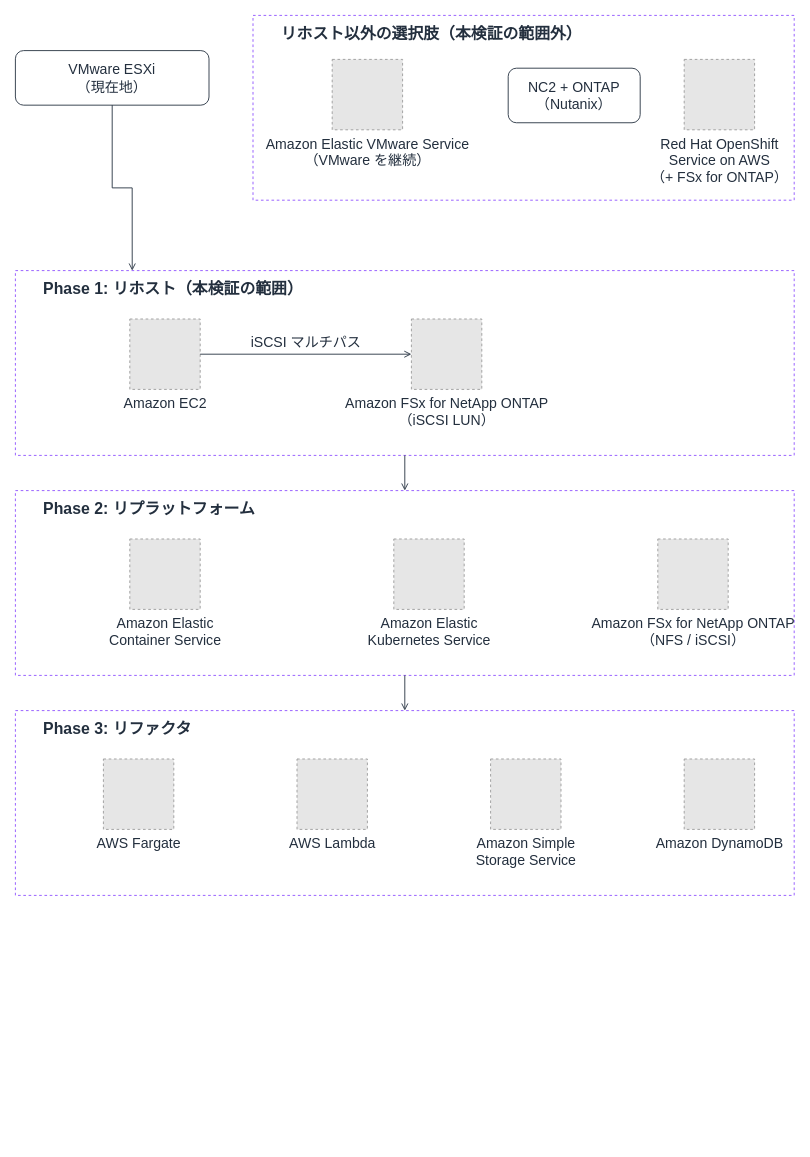
Earlier version of the draw.io diagram docs/_assets/diagrams/atx-fsxn-migration-journey.drawio (Yoshiki0705/VMware-Migration-EC2-ONTAP). Source tidied: cells renumbered, new cells numbered last; positions are measured from the earlier drawing's top-left corner, leaving out a move shared by most shapes. Both pictures are drawn from the tidied source at 88%, with x=0, y=0 at pixel (15, 15). Pictures stored in the file or linked from it are replaced by grey dashed boxes.
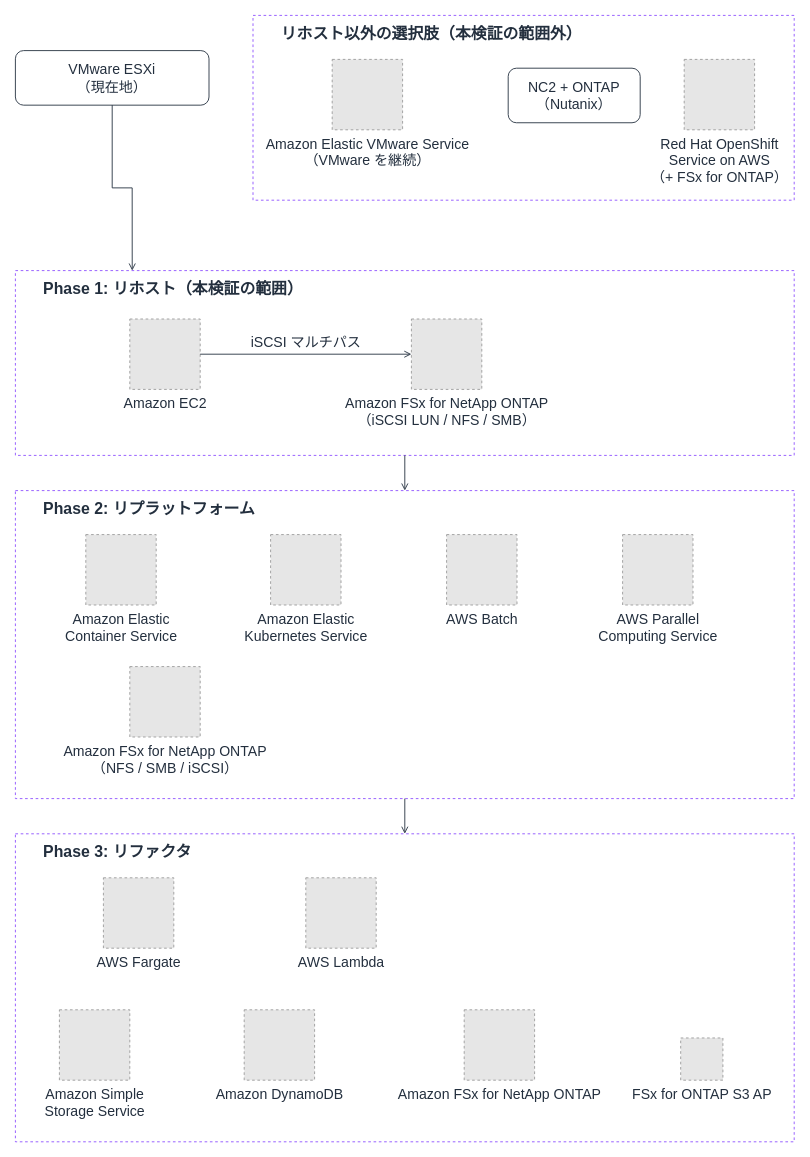
After the change.

Commit message (it also covers changes not shown here):
docs: add the protocols and services each journey phase can reach

Diff of the diagram source:
```diff
@@
     <mxCell id="4" value="Phase 2: リプラットフォーム" style="points=[[0,0],[0.25,0],[0.5,0],[0.75,0],[1,0],[1,0.25],[1,0.5],[1,0.75],[1,1],[0.75,1],[0.5,1],[0.25,1],[0,1],[0,0.75],[0,0.5],[0,0.25]];outlineConnect=0;gradientColor=none;html=1;whiteSpace=wrap;fontSize=18;fontStyle=1;fontColor=#232F3E;shape=mxgraph.aws4.group;strokeColor=#8C4FFF;fillColor=none;verticalAlign=top;align=left;spacingLeft=30;spacingTop=4;dashed=1;" parent="1" vertex="1">
-      <mxGeometry y="540" width="885" height="210" as="geometry" />
+      <mxGeometry y="540" width="885" height="350" as="geometry" />
     </mxCell>
     <mxCell id="5" value="Phase 3: リファクタ" style="points=[[0,0],[0.25,0],[0.5,0],[0.75,0],[1,0],[1,0.25],[1,0.5],[1,0.75],[1,1],[0.75,1],[0.5,1],[0.25,1],[0,1],[0,0.75],[0,0.5],[0,0.25]];outlineConnect=0;gradientColor=none;html=1;whiteSpace=wrap;fontSize=18;fontStyle=1;fontColor=#232F3E;shape=mxgraph.aws4.group;strokeColor=#8C4FFF;fillColor=none;verticalAlign=top;align=left;spacingLeft=30;spacingTop=4;dashed=1;" parent="1" vertex="1">
-      <mxGeometry y="790" width="885" height="210" as="geometry" />
+      <mxGeometry y="930" width="885" height="350" as="geometry" />
     </mxCell>
@@
-    <mxCell id="11" value="Amazon FSx for NetApp ONTAP&#10;（iSCSI LUN）" style="fillColor=#E6E6E6;strokeColor=#999999;dashed=1;html=1;verticalLabelPosition=bottom;verticalAlign=top;labelPosition=center;align=center;fontSize=16;fontColor=#232F3E;" parent="1" vertex="1">
+    <mxCell id="11" value="Amazon FSx for NetApp ONTAP&#10;（iSCSI LUN / NFS / SMB）" style="fillColor=#E6E6E6;strokeColor=#999999;dashed=1;html=1;verticalLabelPosition=bottom;verticalAlign=top;labelPosition=center;align=center;fontSize=16;fontColor=#232F3E;" parent="1" vertex="1">
       <mxGeometry x="450" y="345" width="80" height="80" as="geometry" />
     </mxCell>
     <mxCell id="12" value="Amazon Elastic&#10;Container Service" style="fillColor=#E6E6E6;strokeColor=#999999;dashed=1;html=1;verticalLabelPosition=bottom;verticalAlign=top;labelPosition=center;align=center;fontSize=16;fontColor=#232F3E;" parent="1" vertex="1">
-      <mxGeometry x="130" y="595" width="80" height="80" as="geometry" />
+      <mxGeometry x="80" y="590" width="80" height="80" as="geometry" />
     </mxCell>
     <mxCell id="13" value="Amazon Elastic&#10;Kubernetes Service" style="fillColor=#E6E6E6;strokeColor=#999999;dashed=1;html=1;verticalLabelPosition=bottom;verticalAlign=top;labelPosition=center;align=center;fontSize=16;fontColor=#232F3E;" parent="1" vertex="1">
-      <mxGeometry x="430" y="595" width="80" height="80" as="geometry" />
+      <mxGeometry x="290" y="590" width="80" height="80" as="geometry" />
     </mxCell>
+    <mxCell id="23" value="AWS Batch" style="fillColor=#E6E6E6;strokeColor=#999999;dashed=1;html=1;verticalLabelPosition=bottom;verticalAlign=top;labelPosition=center;align=center;fontSize=16;fontColor=#232F3E;" parent="1" vertex="1">
+      <mxGeometry x="490" y="590" width="80" height="80" as="geometry" />
+    </mxCell>
+    <mxCell id="24" value="AWS Parallel&#10;Computing Service" style="fillColor=#E6E6E6;strokeColor=#999999;dashed=1;html=1;verticalLabelPosition=bottom;verticalAlign=top;labelPosition=center;align=center;fontSize=16;fontColor=#232F3E;" parent="1" vertex="1">
+      <mxGeometry x="690" y="590" width="80" height="80" as="geometry" />
+    </mxCell>
-    <mxCell id="14" value="Amazon FSx for NetApp ONTAP&#10;（NFS / iSCSI）" style="fillColor=#E6E6E6;strokeColor=#999999;dashed=1;html=1;verticalLabelPosition=bottom;verticalAlign=top;labelPosition=center;align=center;fontSize=16;fontColor=#232F3E;" parent="1" vertex="1">
-      <mxGeometry x="730" y="595" width="80" height="80" as="geometry" />
+    <mxCell id="14" value="Amazon FSx for NetApp ONTAP&#10;（NFS / SMB / iSCSI）" style="fillColor=#E6E6E6;strokeColor=#999999;dashed=1;html=1;verticalLabelPosition=bottom;verticalAlign=top;labelPosition=center;align=center;fontSize=16;fontColor=#232F3E;" parent="1" vertex="1">
+      <mxGeometry x="130" y="740" width="80" height="80" as="geometry" />
     </mxCell>
     <mxCell id="15" value="AWS Fargate" style="fillColor=#E6E6E6;strokeColor=#999999;dashed=1;html=1;verticalLabelPosition=bottom;verticalAlign=top;labelPosition=center;align=center;fontSize=16;fontColor=#232F3E;" parent="1" vertex="1">
-      <mxGeometry x="100" y="845" width="80" height="80" as="geometry" />
+      <mxGeometry x="100" y="980" width="80" height="80" as="geometry" />
     </mxCell>
     <mxCell id="16" value="AWS Lambda" style="fillColor=#E6E6E6;strokeColor=#999999;dashed=1;html=1;verticalLabelPosition=bottom;verticalAlign=top;labelPosition=center;align=center;fontSize=16;fontColor=#232F3E;" parent="1" vertex="1">
-      <mxGeometry x="320" y="845" width="80" height="80" as="geometry" />
+      <mxGeometry x="330" y="980" width="80" height="80" as="geometry" />
     </mxCell>
     <mxCell id="17" value="Amazon Simple&#10;Storage Service" style="fillColor=#E6E6E6;strokeColor=#999999;dashed=1;html=1;verticalLabelPosition=bottom;verticalAlign=top;labelPosition=center;align=center;fontSize=16;fontColor=#232F3E;" parent="1" vertex="1">
-      <mxGeometry x="540" y="845" width="80" height="80" as="geometry" />
+      <mxGeometry x="50" y="1130" width="80" height="80" as="geometry" />
     </mxCell>
     <mxCell id="18" value="Amazon DynamoDB" style="fillColor=#E6E6E6;strokeColor=#999999;dashed=1;html=1;verticalLabelPosition=bottom;verticalAlign=top;labelPosition=center;align=center;fontSize=16;fontColor=#232F3E;" parent="1" vertex="1">
-      <mxGeometry x="760" y="845" width="80" height="80" as="geometry" />
+      <mxGeometry x="260" y="1130" width="80" height="80" as="geometry" />
     </mxCell>
+    <mxCell id="25" value="Amazon FSx for NetApp ONTAP" style="fillColor=#E6E6E6;strokeColor=#999999;dashed=1;html=1;verticalLabelPosition=bottom;verticalAlign=top;labelPosition=center;align=center;fontSize=16;fontColor=#232F3E;" parent="1" vertex="1">
+      <mxGeometry x="510" y="1130" width="80" height="80" as="geometry" />
+    </mxCell>
+    <mxCell id="26" value="FSx for ONTAP S3 AP" style="fillColor=#E6E6E6;strokeColor=#999999;dashed=1;html=1;verticalLabelPosition=bottom;verticalAlign=top;labelPosition=center;align=center;fontSize=16;fontColor=#232F3E;" parent="1" vertex="1">
+      <mxGeometry x="756" y="1162" width="48" height="48" as="geometry" />
+    </mxCell>
```
